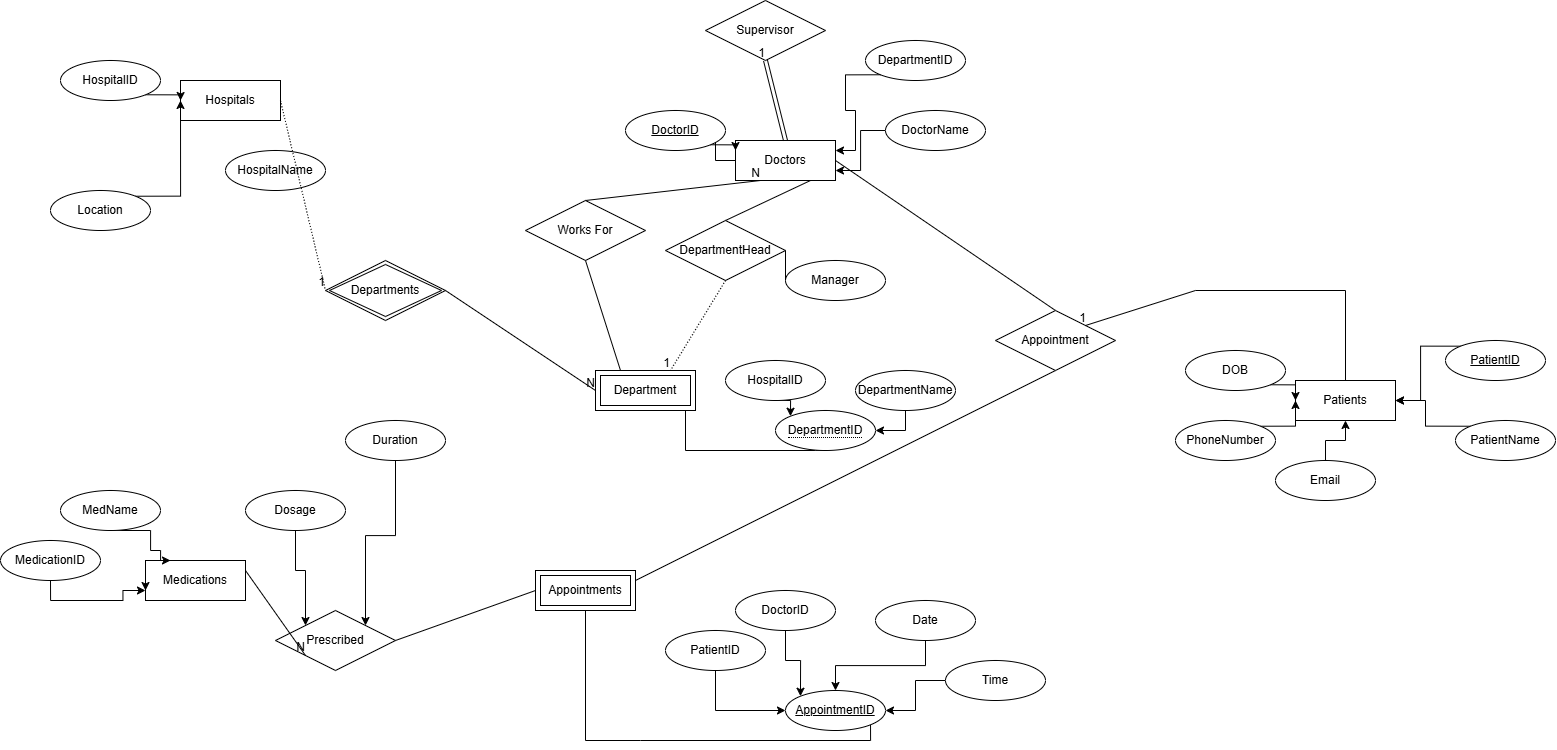
Above: CS420_Assignment3.png in Jhkpop/CS420_Assignment3 (draw.io), before the change. Source tidied: cells renumbered, new cells last; positions are measured from the earlier drawing's top-left corner, leaving out a move shared by most shapes.
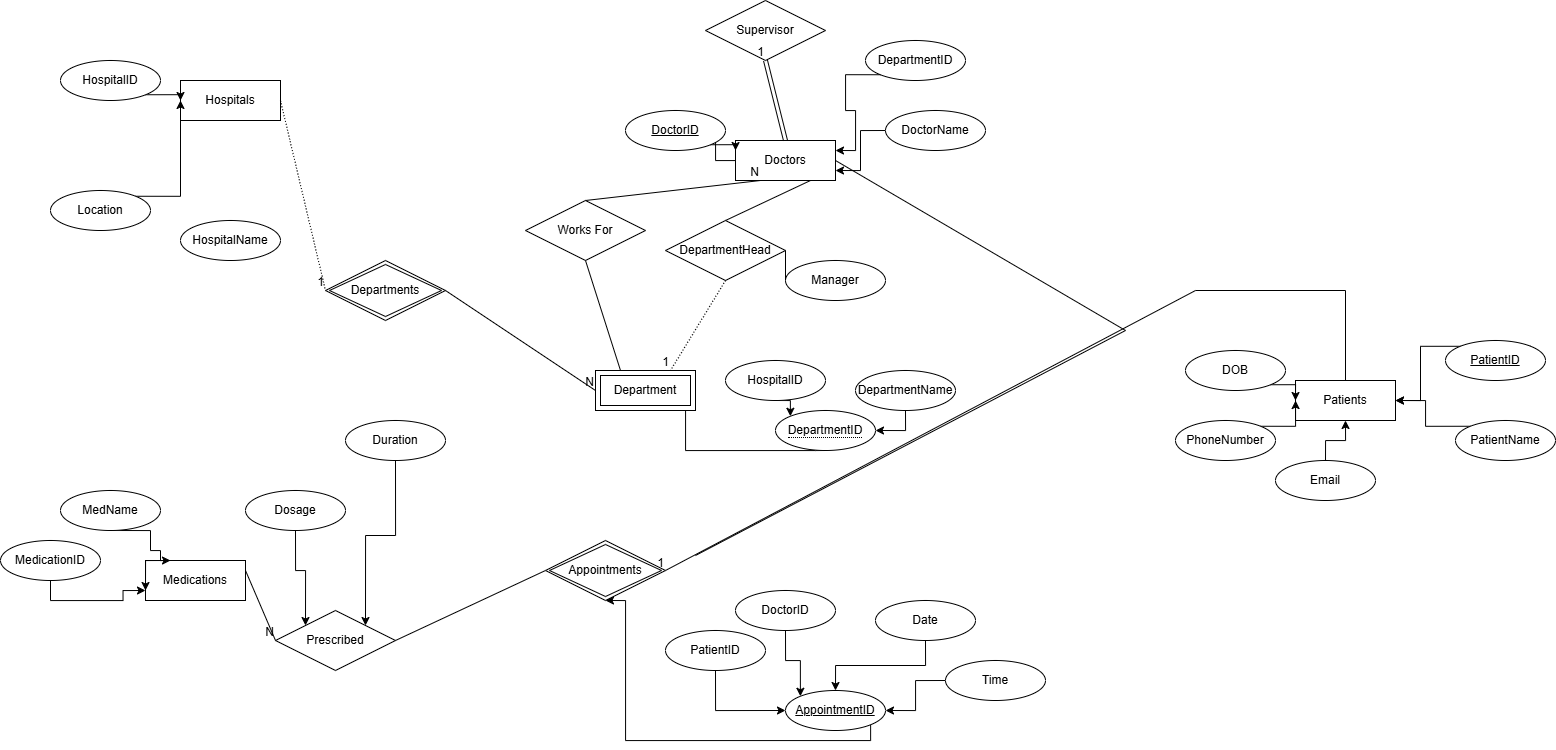
Later version of the same file.

Commit message:
Actual Final Draft

What changed in the source:
```diff
@@ -92,11 +92,11 @@
     <mxCell id="29" value="Manager" style="ellipse;whiteSpace=wrap;html=1;align=center;" parent="1" vertex="1">
       <mxGeometry x="785" y="260" width="100" height="40" as="geometry" />
     </mxCell>
-    <mxCell id="30" style="edgeStyle=orthogonalEdgeStyle;rounded=0;jettySize=auto;html=1;exitX=1;exitY=1;exitDx=0;exitDy=0;entryX=0.5;entryY=0;entryDx=0;entryDy=0;" parent="1" edge="1" source="31" target="46">
+    <mxCell id="30" style="edgeStyle=orthogonalEdgeStyle;rounded=0;jettySize=auto;html=1;exitX=1;exitY=1;exitDx=0;exitDy=0;entryX=0.5;entryY=1;entryDx=0;entryDy=0;" parent="1" edge="1" source="31" target="46">
       <mxGeometry relative="1" as="geometry">
         <Array as="points">
-          <mxPoint x="640" y="740" />
-          <mxPoint x="655" y="740" />
+          <mxPoint x="870" y="740" />
+          <mxPoint x="625" y="740" />
         </Array>
       </mxGeometry>
     </mxCell>
@@ -128,7 +128,7 @@
       <mxGeometry x="945" y="660" width="100" height="40" as="geometry" />
     </mxCell>
     <mxCell id="40" value="HospitalName" style="ellipse;whiteSpace=wrap;html=1;align=center;" parent="1" vertex="1">
-      <mxGeometry x="225" y="150" width="100" height="40" as="geometry" />
+      <mxGeometry x="180" y="220" width="100" height="40" as="geometry" />
     </mxCell>
     <mxCell id="41" style="edgeStyle=orthogonalEdgeStyle;rounded=0;jettySize=auto;html=1;exitX=0.5;exitY=1;exitDx=0;exitDy=0;entryX=0;entryY=0;entryDx=0;entryDy=0;" parent="1" edge="1" source="42" target="44">
       <mxGeometry relative="1" as="geometry" />
@@ -151,9 +151,6 @@
     <mxCell id="45" value="Department" style="shape=ext;margin=3;double=1;whiteSpace=wrap;html=1;align=center;" parent="1" vertex="1">
       <mxGeometry x="595" y="370" width="100" height="40" as="geometry" />
     </mxCell>
-    <mxCell id="46" value="Appointments" style="shape=ext;margin=3;double=1;whiteSpace=wrap;html=1;align=center;" parent="1" vertex="1">
-      <mxGeometry x="535" y="570" width="100" height="40" as="geometry" />
-    </mxCell>
     <mxCell id="47" style="edgeStyle=orthogonalEdgeStyle;rounded=0;jettySize=auto;html=1;exitX=0.5;exitY=1;exitDx=0;exitDy=0;entryX=0;entryY=0.75;entryDx=0;entryDy=0;" parent="1" edge="1" source="48" target="6">
       <mxGeometry relative="1" as="geometry" />
     </mxCell>
@@ -242,7 +239,7 @@
     <mxCell id="73" style="edgeStyle=orthogonalEdgeStyle;rounded=0;orthogonalLoop=1;jettySize=auto;html=1;exitX=0.25;exitY=0;exitDx=0;exitDy=0;entryX=0;entryY=0.75;entryDx=0;entryDy=0;" parent="1" edge="1" source="6" target="6">
       <mxGeometry relative="1" as="geometry" />
     </mxCell>
-    <mxCell id="74" style="endArrow=none;html=1;rounded=0;entryX=0;entryY=1;entryDx=0;entryDy=0;exitX=1;exitY=0.25;exitDx=0;exitDy=0;" parent="1" edge="1" source="6" target="57">
+    <mxCell id="74" style="endArrow=none;html=1;rounded=0;entryX=0;entryY=0.5;entryDx=0;entryDy=0;exitX=1;exitY=0.25;exitDx=0;exitDy=0;" parent="1" edge="1" source="6" target="57">
       <mxGeometry relative="1" as="geometry" />
     </mxCell>
     <mxCell id="75" value="N" style="html=1;whiteSpace=wrap;align=right;verticalAlign=bottom;" parent="74" vertex="1">
@@ -251,16 +248,15 @@
     <mxCell id="76" style="endArrow=none;html=1;rounded=0;exitX=1;exitY=0.5;exitDx=0;exitDy=0;entryX=0;entryY=0.5;entryDx=0;entryDy=0;" parent="1" edge="1" source="57" target="46">
       <mxGeometry relative="1" as="geometry" />
     </mxCell>
-    <mxCell id="77" style="endArrow=none;html=1;rounded=0;exitX=1;exitY=0.25;exitDx=0;exitDy=0;entryX=0.5;entryY=1;entryDx=0;entryDy=0;" parent="1" edge="1" source="46" target="79">
-      <mxGeometry relative="1" as="geometry" />
-    </mxCell>
-    <mxCell id="78" style="endArrow=none;html=1;rounded=0;exitX=1;exitY=0.5;exitDx=0;exitDy=0;entryX=0.5;entryY=0;entryDx=0;entryDy=0;" parent="1" edge="1" source="4" target="79">
-      <mxGeometry relative="1" as="geometry" />
+    <mxCell id="78" style="endArrow=none;html=1;rounded=0;exitX=1;exitY=0.5;exitDx=0;exitDy=0;entryX=1;entryY=0;entryDx=0;entryDy=0;" parent="1" edge="1" source="4">
+      <mxGeometry relative="1" as="geometry">
+        <mxPoint x="695" y="555" as="targetPoint" />
+        <Array as="points">
+          <mxPoint x="1125" y="330" />
+        </Array>
+      </mxGeometry>
     </mxCell>
-    <mxCell id="79" value="Appointment" style="shape=rhombus;perimeter=rhombusPerimeter;whiteSpace=wrap;html=1;align=center;" parent="1" vertex="1">
-      <mxGeometry x="995" y="310" width="120" height="60" as="geometry" />
-    </mxCell>
-    <mxCell id="80" style="endArrow=none;html=1;rounded=0;exitX=0.5;exitY=0;exitDx=0;exitDy=0;entryX=1;entryY=0;entryDx=0;entryDy=0;" parent="1" edge="1" source="2" target="79">
+    <mxCell id="80" style="endArrow=none;html=1;rounded=0;exitX=0.5;exitY=0;exitDx=0;exitDy=0;entryX=1;entryY=0.5;entryDx=0;entryDy=0;" parent="1" edge="1" source="2" target="46">
       <mxGeometry relative="1" as="geometry">
         <Array as="points">
           <mxPoint x="1345" y="290" />
@@ -271,5 +267,8 @@
     <mxCell id="81" value="1" style="html=1;whiteSpace=wrap;align=right;verticalAlign=bottom;" parent="80" vertex="1">
       <mxGeometry x="1" relative="1" as="geometry" />
     </mxCell>
+    <mxCell id="46" value="Appointments" style="shape=rhombus;double=1;perimeter=rhombusPerimeter;whiteSpace=wrap;html=1;align=center;" parent="1" vertex="1">
+      <mxGeometry x="545" y="540" width="120" height="60" as="geometry" />
+    </mxCell>
   </root>
 </mxGraphModel>
```
